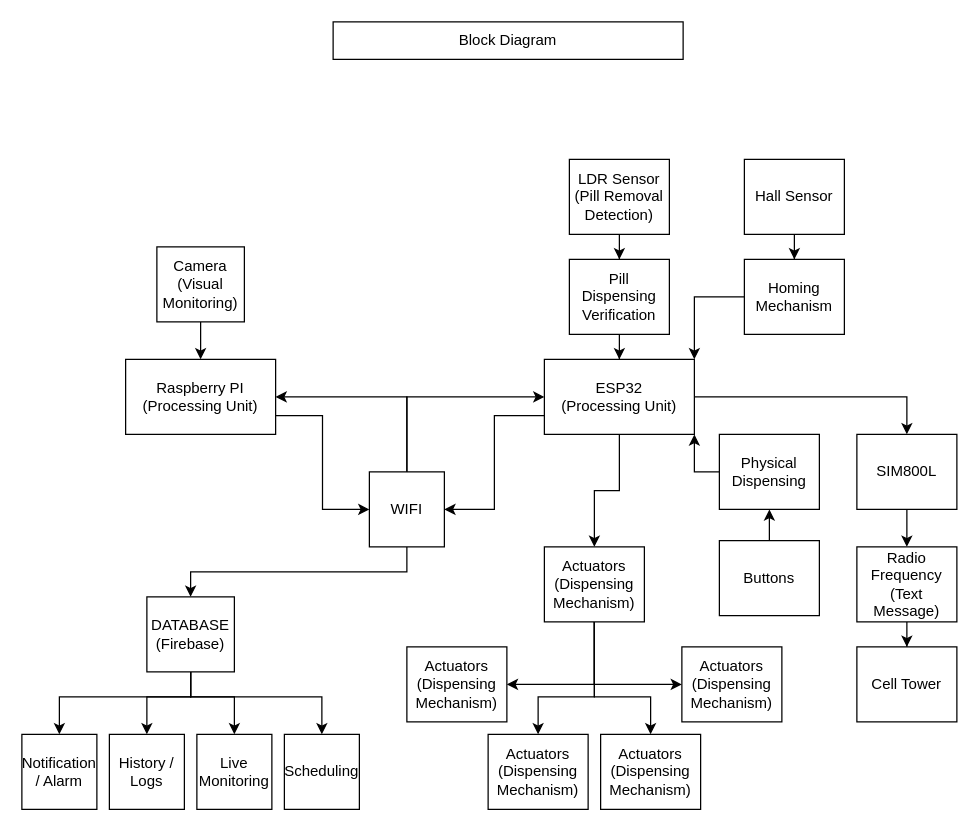
This is Block Diagram.drawio from Xciaaa/DIAGRAMS, a draw.io file, before an edit. Source tidied: cells renumbered, new cells numbered last; positions are measured from the earlier drawing's top-left corner, leaving out a move shared by most shapes. Both pictures are drawn from the tidied source at 125%, with x=0, y=0 at pixel (21, 21).
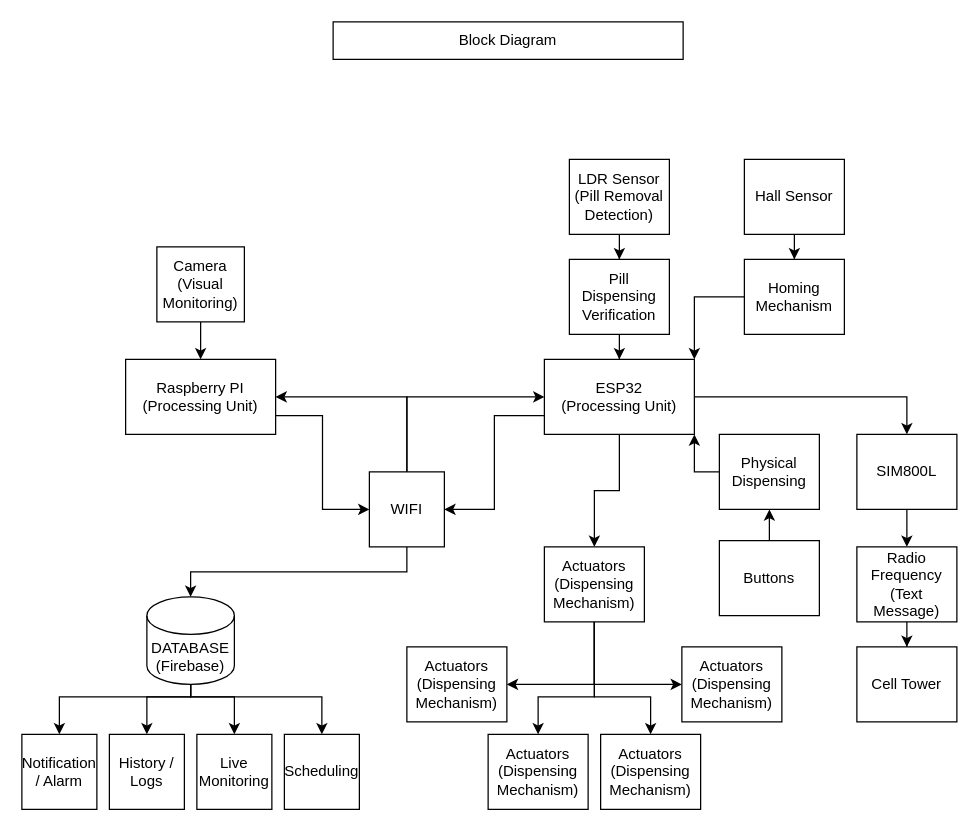
After the change.

Unchanged cells that the change refers to:
```xml
<mxCell id="14" value="WIFI" style="rounded=0;whiteSpace=wrap;html=1;" parent="1" vertex="1">
  <mxGeometry x="278" y="360" width="60" height="60" as="geometry" />
</mxCell>
<mxCell id="46" value="Notification / Alarm" style="rounded=0;whiteSpace=wrap;html=1;" parent="1" vertex="1">
  <mxGeometry y="570" width="60" height="60" as="geometry" />
</mxCell>
<mxCell id="47" value="History / Logs" style="rounded=0;whiteSpace=wrap;html=1;" parent="1" vertex="1">
  <mxGeometry x="70" y="570" width="60" height="60" as="geometry" />
</mxCell>
<mxCell id="48" value="Live Monitoring" style="rounded=0;whiteSpace=wrap;html=1;" parent="1" vertex="1">
  <mxGeometry x="140" y="570" width="60" height="60" as="geometry" />
</mxCell>
<mxCell id="49" value="Scheduling" style="rounded=0;whiteSpace=wrap;html=1;" parent="1" vertex="1">
  <mxGeometry x="210" y="570" width="60" height="60" as="geometry" />
</mxCell>
```

Change to the diagram source:
```diff
@@
-    <mxCell id="13" style="edgeStyle=orthogonalEdgeStyle;rounded=0;jettySize=auto;html=1;entryX=0.5;entryY=0;entryDx=0;entryDy=0;defaultLabelBackgroundColor=page;labelPadding=0 4;" parent="1" edge="1" source="14" target="45">
+    <mxCell id="13" style="edgeStyle=orthogonalEdgeStyle;rounded=0;jettySize=auto;html=1;entryX=0.5;entryY=0;entryDx=0;entryDy=0;defaultLabelBackgroundColor=page;labelPadding=0 4;" parent="1" edge="1" source="14">
       <mxGeometry relative="1" as="geometry">
+        <mxPoint x="135" y="460" as="targetPoint" />
         <Array as="points">
           <mxPoint x="308" y="440" />
           <mxPoint x="135" y="440" />
         </Array>
       </mxGeometry>
     </mxCell>
@@
-    <mxCell id="41" style="edgeStyle=orthogonalEdgeStyle;rounded=0;jettySize=auto;html=1;entryX=0.5;entryY=0;entryDx=0;entryDy=0;defaultLabelBackgroundColor=page;labelPadding=0 4;" parent="1" edge="1" source="45" target="46">
+    <mxCell id="41" style="edgeStyle=orthogonalEdgeStyle;rounded=0;jettySize=auto;html=1;entryX=0.5;entryY=0;entryDx=0;entryDy=0;defaultLabelBackgroundColor=page;labelPadding=0 4;" parent="1" edge="1" target="46">
       <mxGeometry x="0.14" relative="1" as="geometry">
+        <mxPoint x="135" y="520" as="sourcePoint" />
         <Array as="points">
           <mxPoint x="135" y="540" />
           <mxPoint x="30" y="540" />
         </Array>
       </mxGeometry>
     </mxCell>
-    <mxCell id="42" style="edgeStyle=orthogonalEdgeStyle;rounded=0;jettySize=auto;html=1;entryX=0.5;entryY=0;entryDx=0;entryDy=0;defaultLabelBackgroundColor=page;labelPadding=0 4;" parent="1" edge="1" source="45" target="47">
+    <mxCell id="42" style="edgeStyle=orthogonalEdgeStyle;rounded=0;jettySize=auto;html=1;entryX=0.5;entryY=0;entryDx=0;entryDy=0;defaultLabelBackgroundColor=page;labelPadding=0 4;" parent="1" edge="1" target="47">
       <mxGeometry x="0.25" relative="1" as="geometry">
+        <mxPoint x="135" y="520" as="sourcePoint" />
         <Array as="points">
           <mxPoint x="135" y="540" />
           <mxPoint x="100" y="540" />
         </Array>
       </mxGeometry>
     </mxCell>
-    <mxCell id="43" style="edgeStyle=orthogonalEdgeStyle;rounded=0;jettySize=auto;html=1;entryX=0.5;entryY=0;entryDx=0;entryDy=0;defaultLabelBackgroundColor=page;labelPadding=0 4;" parent="1" edge="1" source="45" target="49">
+    <mxCell id="43" style="edgeStyle=orthogonalEdgeStyle;rounded=0;jettySize=auto;html=1;entryX=0.5;entryY=0;entryDx=0;entryDy=0;defaultLabelBackgroundColor=page;labelPadding=0 4;" parent="1" edge="1" target="49">
       <mxGeometry x="0.01" relative="1" as="geometry">
+        <mxPoint x="135" y="520" as="sourcePoint" />
         <Array as="points">
           <mxPoint x="135" y="540" />
           <mxPoint x="240" y="540" />
         </Array>
       </mxGeometry>
     </mxCell>
-    <mxCell id="44" style="edgeStyle=orthogonalEdgeStyle;rounded=0;jettySize=auto;html=1;entryX=0.5;entryY=0;entryDx=0;entryDy=0;defaultLabelBackgroundColor=page;labelPadding=0 4;" parent="1" edge="1" source="45" target="48">
+    <mxCell id="44" style="edgeStyle=orthogonalEdgeStyle;rounded=0;jettySize=auto;html=1;entryX=0.5;entryY=0;entryDx=0;entryDy=0;defaultLabelBackgroundColor=page;labelPadding=0 4;" parent="1" edge="1" target="48">
       <mxGeometry x="0.01" relative="1" as="geometry">
+        <mxPoint x="135" y="520" as="sourcePoint" />
         <Array as="points">
           <mxPoint x="135" y="540" />
           <mxPoint x="170" y="540" />
         </Array>
       </mxGeometry>
     </mxCell>
-    <mxCell id="45" value="DATABASE&lt;br&gt;(Firebase)" style="rounded=0;whiteSpace=wrap;html=1;" parent="1" vertex="1">
-      <mxGeometry x="100" y="460" width="70" height="60" as="geometry" />
-    </mxCell>
@@
+    <mxCell id="45" value="DATABASE&lt;br&gt;(Firebase)" style="shape=cylinder3;whiteSpace=wrap;html=1;boundedLbl=1;backgroundOutline=1;size=15;" parent="1" vertex="1">
+      <mxGeometry x="100" y="460" width="70" height="70" as="geometry" />
+    </mxCell>
```
